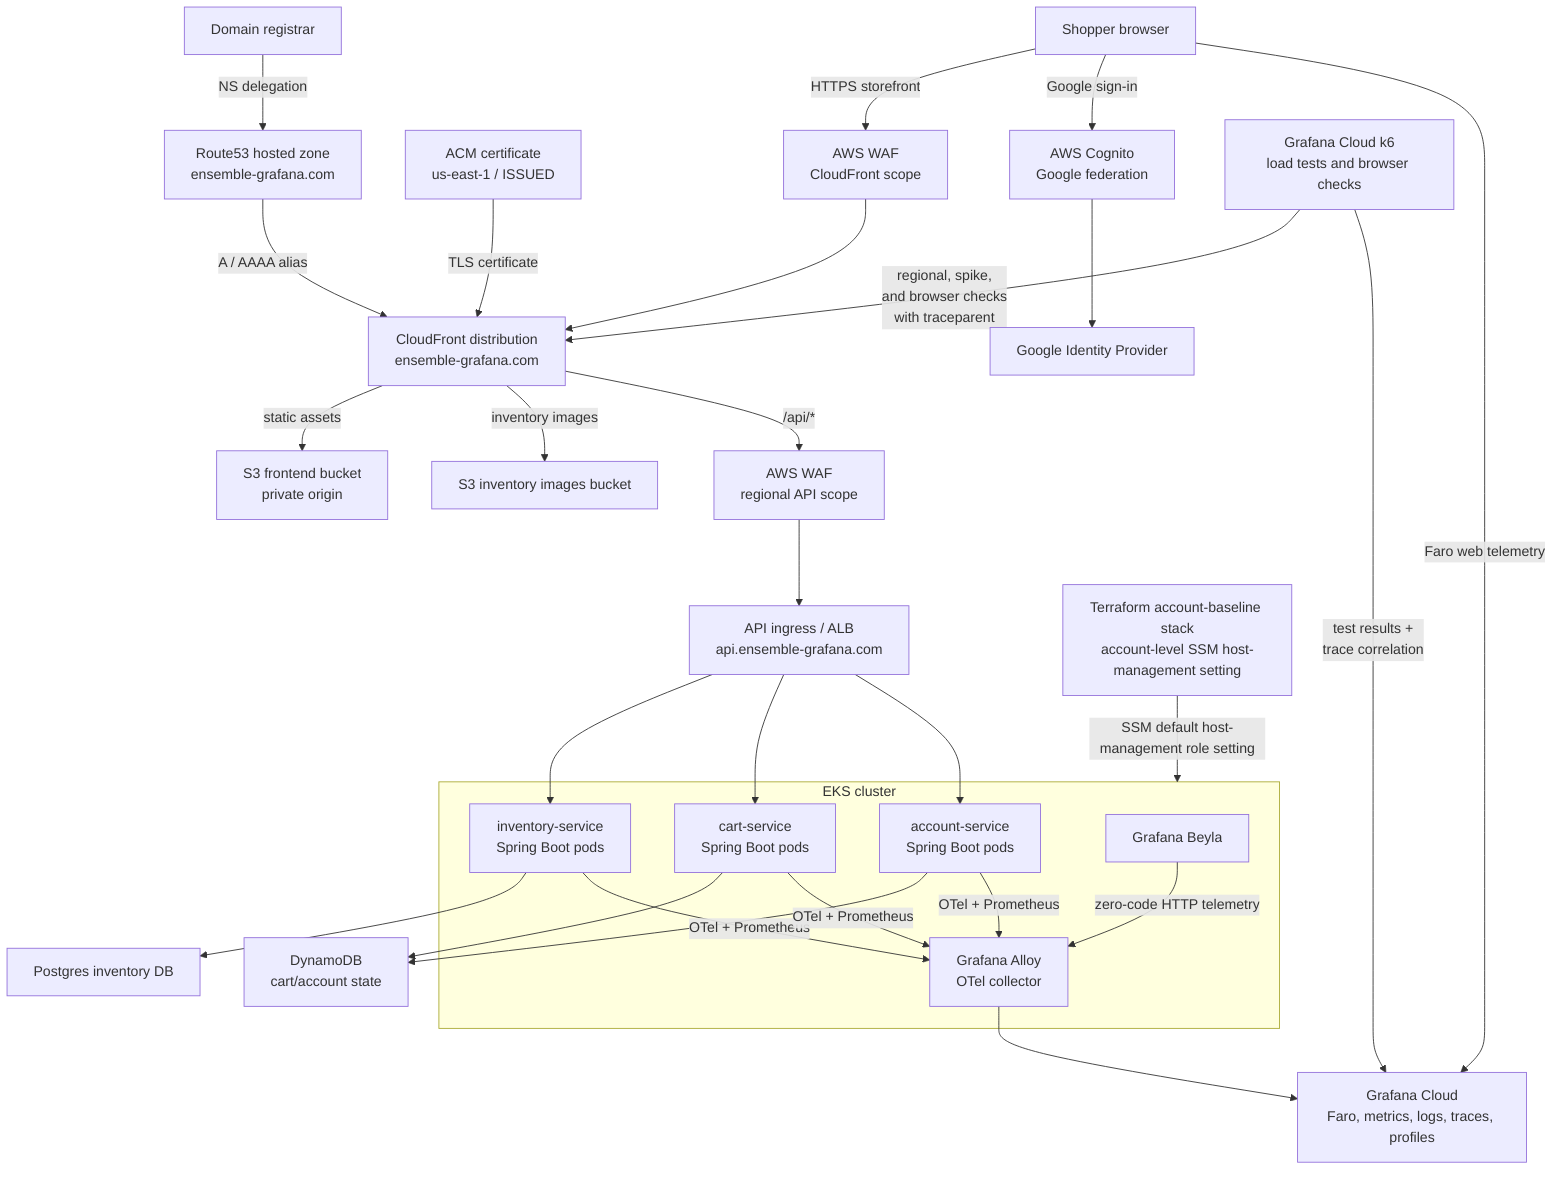
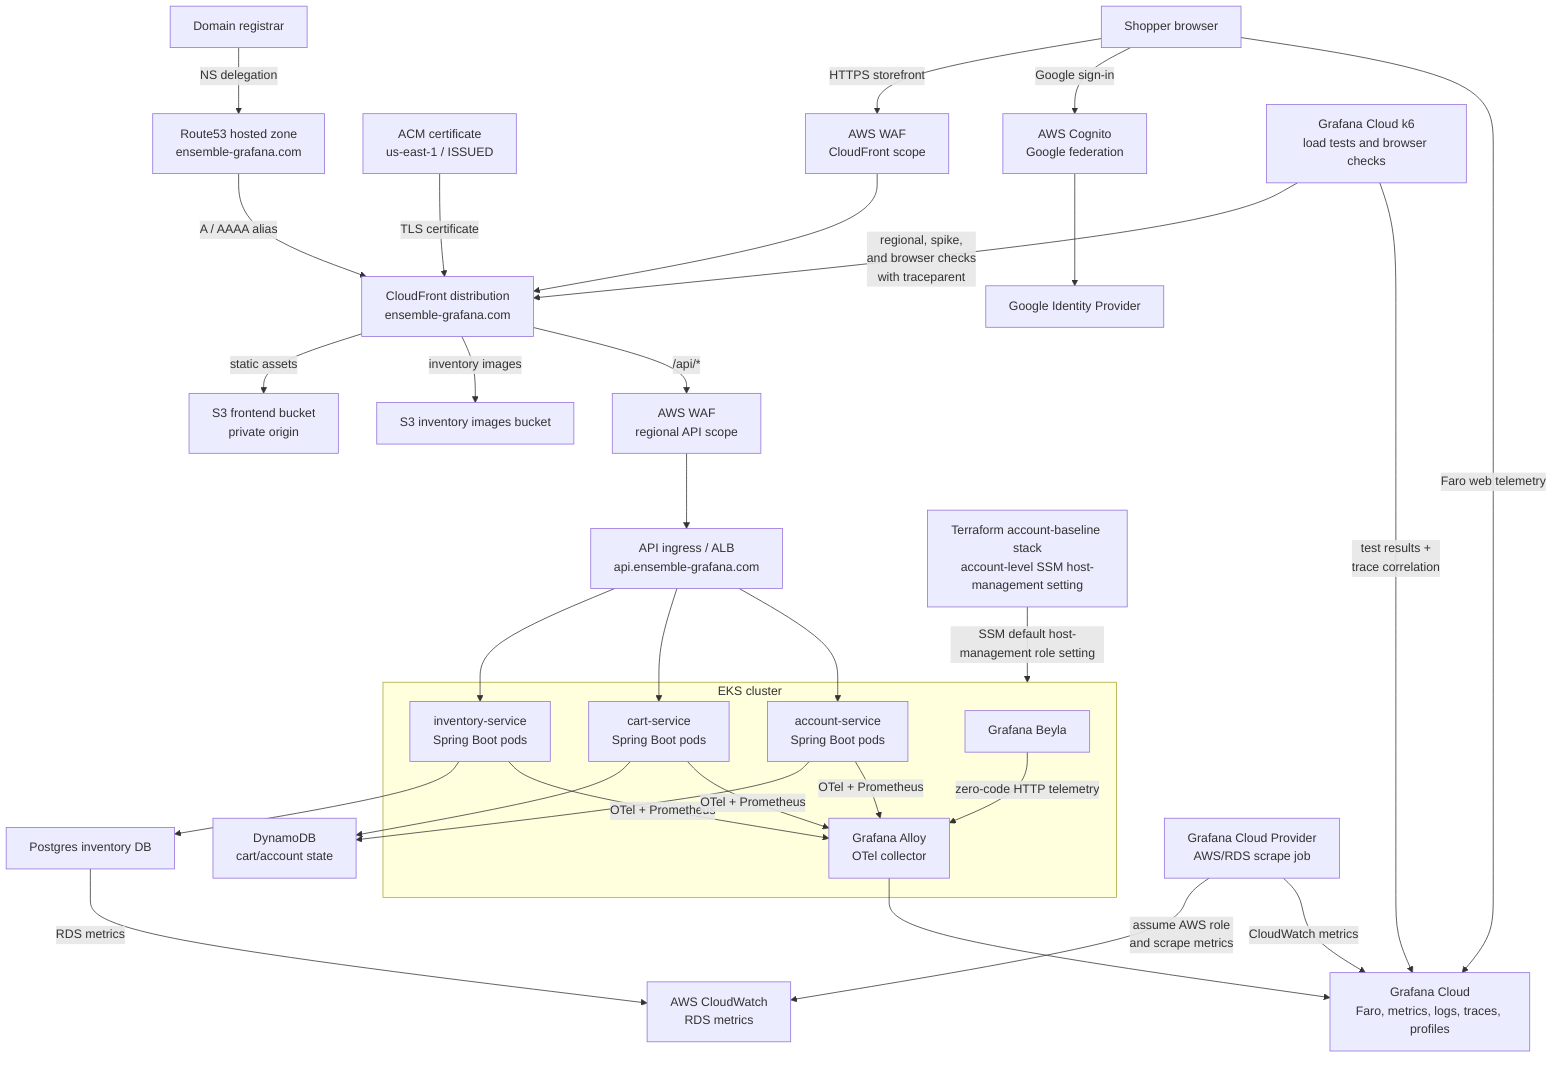
flowchart TB
  shopper["Shopper browser"]
  google["Google Identity Provider"]
  registrar["Domain registrar"]
  route53["Route53 hosted zone\nensemble-grafana.com"]
  acm["ACM certificate\nus-east-1 / ISSUED"]
  edgeWaf["AWS WAF\nCloudFront scope"]
  cloudfront["CloudFront distribution\nensemble-grafana.com"]
  staticS3["S3 frontend bucket\nprivate origin"]
  imageS3["S3 inventory images bucket"]
  apiAlb["API ingress / ALB\napi.ensemble-grafana.com"]
  regionalWaf["AWS WAF\nregional API scope"]

  subgraph eks["EKS cluster"]
    beyla["Grafana Beyla"]
    alloy["Grafana Alloy\nOTel collector"]
    inventory["inventory-service\nSpring Boot pods"]
    cart["cart-service\nSpring Boot pods"]
    account["account-service\nSpring Boot pods"]
  end

  postgres["Postgres inventory DB"]
  dynamodb["DynamoDB\ncart/account state"]
+   cloudwatch["AWS CloudWatch\nRDS metrics"]
  cognito["AWS Cognito\nGoogle federation"]
  grafana["Grafana Cloud\nFaro, metrics, logs, traces, profiles"]
+   cloudwatchScrape["Grafana Cloud Provider\nAWS/RDS scrape job"]
  k6["Grafana Cloud k6\nload tests and browser checks"]
  accountBaseline["Terraform account-baseline stack\naccount-level SSM host-management setting"]

  registrar -->|"NS delegation"| route53
  route53 -->|"A / AAAA alias"| cloudfront
  acm -->|"TLS certificate"| cloudfront
  shopper -->|"HTTPS storefront"| edgeWaf --> cloudfront
  shopper -->|"Google sign-in"| cognito --> google
  cloudfront -->|"static assets"| staticS3
  cloudfront -->|"inventory images"| imageS3
  cloudfront -->|"/api/*"| regionalWaf --> apiAlb
  apiAlb --> inventory
  apiAlb --> cart
  apiAlb --> account
  inventory --> postgres
  cart --> dynamodb
  account --> dynamodb
+   postgres -->|"RDS metrics"| cloudwatch
+   cloudwatchScrape -->|"assume AWS role\nand scrape metrics"| cloudwatch
+   cloudwatchScrape -->|"CloudWatch metrics"| grafana
  shopper -->|"Faro web telemetry"| grafana
  accountBaseline -->|"SSM default host-management role setting"| eks
  k6 -->|"regional, spike,\nand browser checks\nwith traceparent"| cloudfront
  k6 -->|"test results +\ntrace correlation"| grafana
  beyla -->|"zero-code HTTP telemetry"| alloy
  inventory -->|"OTel + Prometheus"| alloy
  cart -->|"OTel + Prometheus"| alloy
  account -->|"OTel + Prometheus"| alloy
  alloy --> grafana
